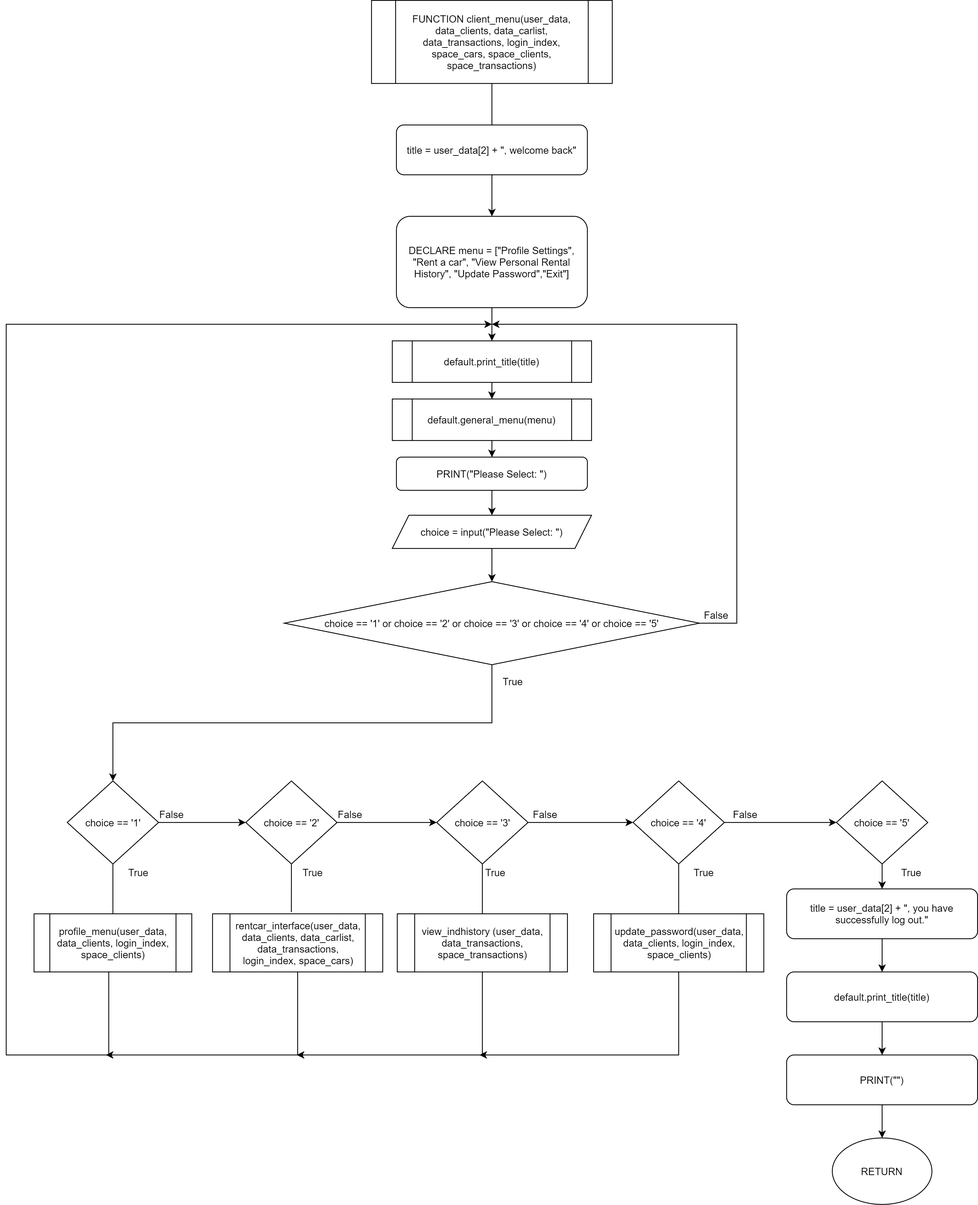
RabbitBear00/Car-Rental-System keeps this draw.io diagram as Flowchart/clients/client_menu.png. Above is the earlier version. Source tidied: cells renumbered, new cells last; positions are measured from the earlier drawing's top-left corner, leaving out a move shared by most shapes.
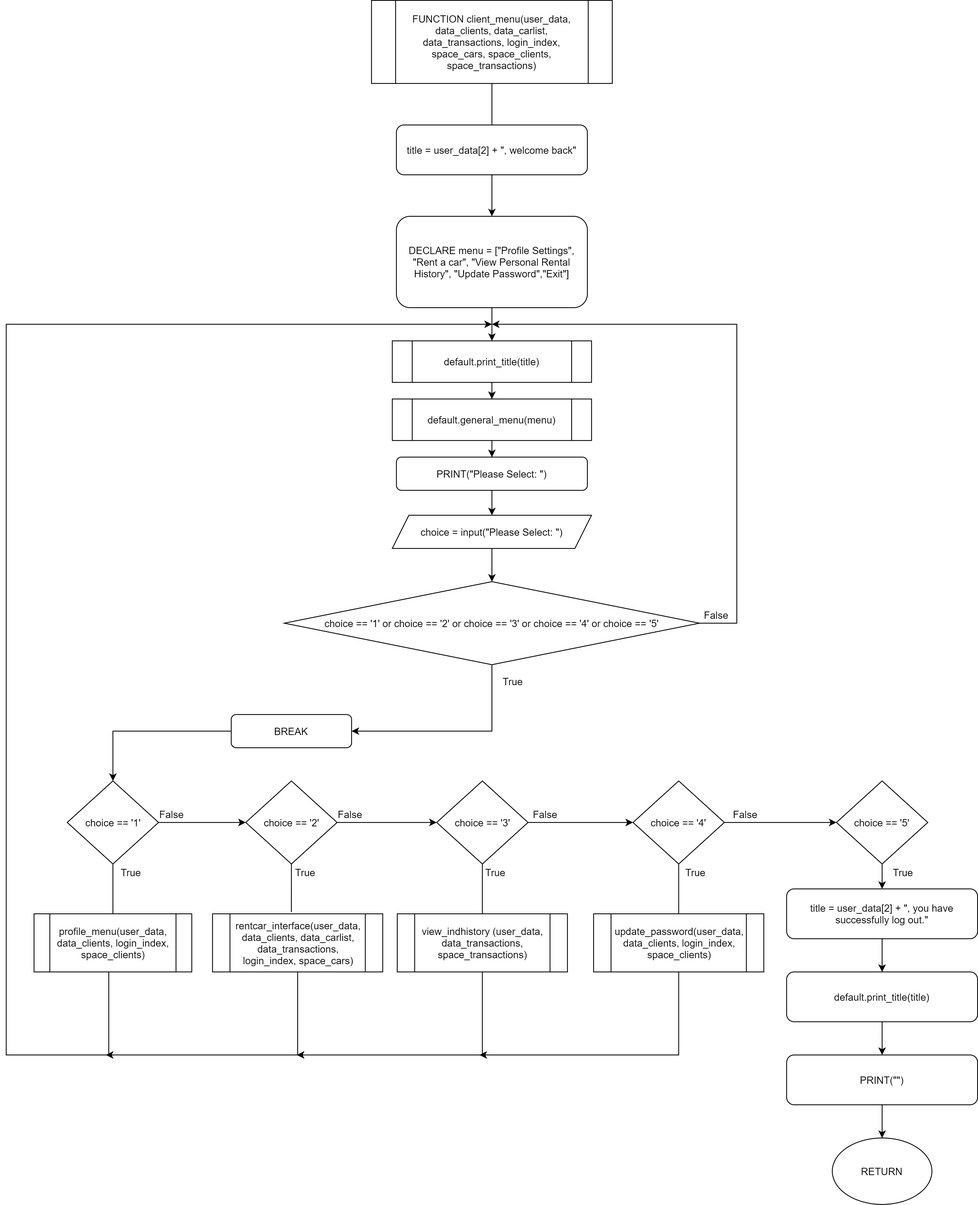
Later version of the same file.

Diff of the diagram source:
```diff
@@ -77,9 +77,6 @@
     <mxCell id="26" value="choice == '4'" style="rhombus;whiteSpace=wrap;html=1;" parent="1" vertex="1">
       <mxGeometry x="755" y="940" width="110" height="100" as="geometry" />
     </mxCell>
-    <mxCell id="27" style="edgeStyle=orthogonalEdgeStyle;rounded=0;jettySize=auto;html=1;entryX=0.5;entryY=0;entryDx=0;entryDy=0;exitX=0.5;exitY=1;exitDx=0;exitDy=0;" parent="1" edge="1" source="29" target="17">
-      <mxGeometry relative="1" as="geometry" />
-    </mxCell>
     <mxCell id="28" style="edgeStyle=orthogonalEdgeStyle;rounded=0;jettySize=auto;html=1;" parent="1" edge="1" source="29">
       <mxGeometry relative="1" as="geometry">
         <mxPoint x="585" y="390" as="targetPoint" />
@@ -90,6 +87,9 @@
         </Array>
       </mxGeometry>
     </mxCell>
+    <mxCell id="59" style="edgeStyle=orthogonalEdgeStyle;rounded=0;jettySize=auto;html=1;entryX=1;entryY=0.5;entryDx=0;entryDy=0;" parent="1" edge="1" source="29" target="61">
+      <mxGeometry relative="1" as="geometry" />
+    </mxCell>
     <mxCell id="29" value="choice == '1' or choice == '2' or choice == '3' or choice == '4' or choice == '5'" style="rhombus;whiteSpace=wrap;html=1;" parent="1" vertex="1">
       <mxGeometry x="335" y="700" width="500" height="100" as="geometry" />
     </mxCell>
@@ -100,19 +100,19 @@
       <mxGeometry x="590" y="810" width="40" height="20" as="geometry" />
     </mxCell>
     <mxCell id="32" value="True" style="text;html=1;align=center;verticalAlign=middle;strokeColor=none;" parent="1" vertex="1">
-      <mxGeometry x="138.5" y="1040" width="40" height="20" as="geometry" />
+      <mxGeometry x="130" y="1040" width="40" height="20" as="geometry" />
     </mxCell>
     <mxCell id="33" value="True" style="text;html=1;align=center;verticalAlign=middle;strokeColor=none;" parent="1" vertex="1">
-      <mxGeometry x="348.5" y="1040" width="40" height="20" as="geometry" />
+      <mxGeometry x="340" y="1040" width="40" height="20" as="geometry" />
     </mxCell>
     <mxCell id="34" value="True" style="text;html=1;align=center;verticalAlign=middle;strokeColor=none;" parent="1" vertex="1">
       <mxGeometry x="568.5" y="1040" width="40" height="20" as="geometry" />
     </mxCell>
     <mxCell id="35" value="True" style="text;html=1;align=center;verticalAlign=middle;strokeColor=none;" parent="1" vertex="1">
-      <mxGeometry x="820" y="1040" width="40" height="20" as="geometry" />
+      <mxGeometry x="810" y="1040" width="40" height="20" as="geometry" />
     </mxCell>
     <mxCell id="36" value="True" style="text;html=1;align=center;verticalAlign=middle;strokeColor=none;" parent="1" vertex="1">
-      <mxGeometry x="1070" y="1040" width="40" height="20" as="geometry" />
+      <mxGeometry x="1060" y="1040" width="40" height="20" as="geometry" />
     </mxCell>
     <mxCell id="37" value="False" style="text;html=1;align=center;verticalAlign=middle;strokeColor=none;" parent="1" vertex="1">
       <mxGeometry x="178.5" y="970" width="40" height="20" as="geometry" />
@@ -204,5 +204,11 @@
     <mxCell id="58" value="default.print_title(title)" style="shape=process;whiteSpace=wrap;html=1;backgroundOutline=1;" parent="1" vertex="1">
       <mxGeometry x="465" y="410" width="240" height="50" as="geometry" />
     </mxCell>
+    <mxCell id="60" style="edgeStyle=orthogonalEdgeStyle;rounded=0;jettySize=auto;html=1;entryX=0.5;entryY=0;entryDx=0;entryDy=0;" parent="1" edge="1" source="61" target="17">
+      <mxGeometry relative="1" as="geometry" />
+    </mxCell>
+    <mxCell id="61" value="BREAK" style="rounded=1;whiteSpace=wrap;html=1;" parent="1" vertex="1">
+      <mxGeometry x="271" y="860" width="145" height="40" as="geometry" />
+    </mxCell>
   </root>
 </mxGraphModel>
```
